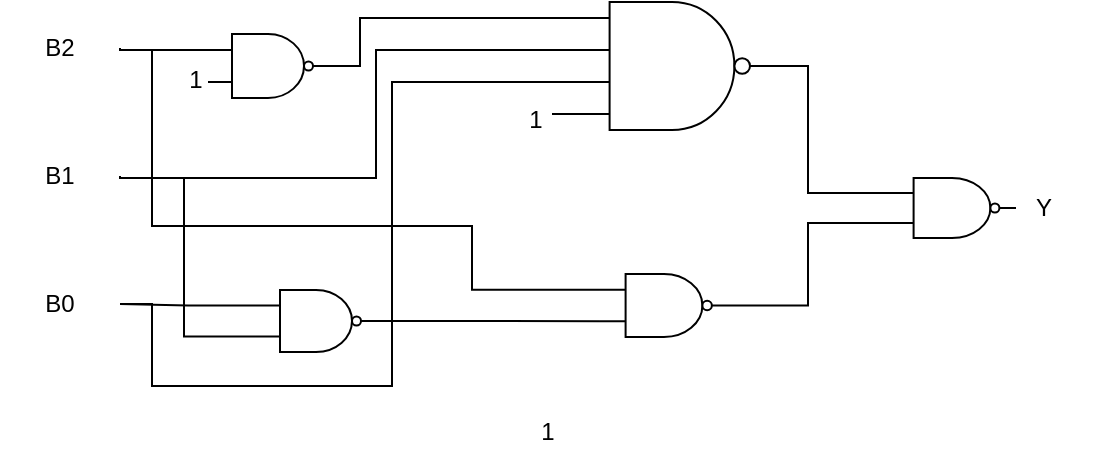
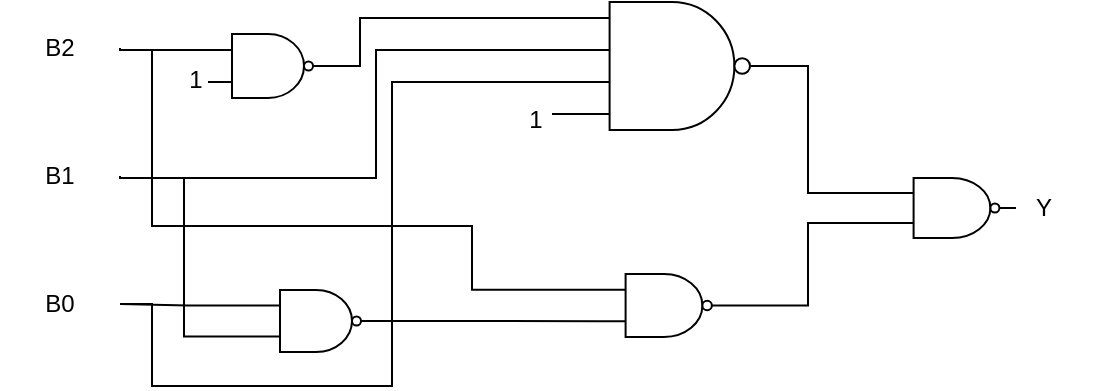
<mxfile host="app.diagrams.net" agent="Mozilla/5.0 (Windows NT 10.0; Win64; x64) AppleWebKit/537.36 (KHTML, like Gecko) Chrome/142.0.0.0 Safari/537.36 Edg/142.0.0.0">
  <diagram name="第 1 页" id="SSyZGLvfdHFejiNZ9gYk">
    <mxGraphModel dx="574" dy="286" grid="1" gridSize="8" guides="1" tooltips="1" connect="1" arrows="1" fold="1" page="1" pageScale="1" pageWidth="827" pageHeight="1169" math="0" shadow="0">
      <root>
        <mxCell id="0" />
        <mxCell id="1" parent="0" />
        <mxCell id="LB7VPcnsJI316lUqnGeF-21" edge="1" parent="1" source="LB7VPcnsJI316lUqnGeF-11" style="edgeStyle=orthogonalEdgeStyle;rounded=0;orthogonalLoop=1;jettySize=auto;html=1;exitX=1;exitY=0.5;exitDx=0;exitDy=0;exitPerimeter=0;endArrow=none;endFill=0;entryX=0;entryY=0.25;entryDx=0;entryDy=0;entryPerimeter=0;" target="c2Ew40Mm9-tZxKYdL6Gv-2">
          <mxGeometry relative="1" as="geometry">
            <Array as="points">
              <mxPoint x="408" y="112" />
              <mxPoint x="408" y="176" />
            </Array>
            <mxPoint x="456" y="112" as="targetPoint" />
          </mxGeometry>
        </mxCell>
        <mxCell id="LB7VPcnsJI316lUqnGeF-11" parent="1" style="verticalLabelPosition=bottom;shadow=0;dashed=0;align=center;html=1;verticalAlign=top;shape=mxgraph.electrical.logic_gates.logic_gate;operation=and;negating=1;negSize=0.15;numInputs=4;" value="" vertex="1">
          <mxGeometry height="64" width="104" x="288" y="80" as="geometry" />
        </mxCell>
        <mxCell id="LB7VPcnsJI316lUqnGeF-12" edge="1" parent="1" source="LB7VPcnsJI316lUqnGeF-11" style="endArrow=none;html=1;rounded=0;exitX=0;exitY=0.875;exitDx=0;exitDy=0;exitPerimeter=0;" value="">
          <mxGeometry height="50" relative="1" width="50" as="geometry">
            <mxPoint x="328" y="136" as="sourcePoint" />
            <mxPoint x="280" y="136" as="targetPoint" />
          </mxGeometry>
        </mxCell>
        <mxCell id="LB7VPcnsJI316lUqnGeF-13" edge="1" parent="1" source="LB7VPcnsJI316lUqnGeF-11" style="endArrow=none;html=1;rounded=0;exitX=0;exitY=0.625;exitDx=0;exitDy=0;exitPerimeter=0;" value="">
          <mxGeometry height="50" relative="1" width="50" as="geometry">
            <mxPoint x="330" y="120" as="sourcePoint" />
            <mxPoint x="280" y="120" as="targetPoint" />
          </mxGeometry>
        </mxCell>
        <mxCell id="LB7VPcnsJI316lUqnGeF-14" edge="1" parent="1" source="LB7VPcnsJI316lUqnGeF-11" style="endArrow=none;html=1;rounded=0;exitX=0;exitY=0.375;exitDx=0;exitDy=0;exitPerimeter=0;" value="">
          <mxGeometry height="50" relative="1" width="50" as="geometry">
            <mxPoint x="330" y="104" as="sourcePoint" />
            <mxPoint x="280" y="104" as="targetPoint" />
          </mxGeometry>
        </mxCell>
        <mxCell id="LB7VPcnsJI316lUqnGeF-15" edge="1" parent="1" source="LB7VPcnsJI316lUqnGeF-11" style="endArrow=none;html=1;rounded=0;exitX=0;exitY=0.125;exitDx=0;exitDy=0;exitPerimeter=0;" value="">
          <mxGeometry height="50" relative="1" width="50" as="geometry">
            <mxPoint x="328" y="88" as="sourcePoint" />
            <mxPoint x="280" y="88" as="targetPoint" />
          </mxGeometry>
        </mxCell>
        <mxCell id="LB7VPcnsJI316lUqnGeF-16" parent="1" style="text;html=1;whiteSpace=wrap;strokeColor=none;fillColor=none;align=center;verticalAlign=middle;rounded=0;" value="1" vertex="1">
          <mxGeometry height="22" width="32" x="256" y="128" as="geometry" />
        </mxCell>
        <mxCell id="LB7VPcnsJI316lUqnGeF-47" edge="1" parent="1" source="c2Ew40Mm9-tZxKYdL6Gv-9" style="edgeStyle=orthogonalEdgeStyle;rounded=0;orthogonalLoop=1;jettySize=auto;html=1;exitX=0;exitY=0.25;exitDx=0;exitDy=0;exitPerimeter=0;endArrow=none;endFill=0;">
          <mxGeometry relative="1" as="geometry">
            <Array as="points">
              <mxPoint x="240" y="223" />
              <mxPoint x="240" y="192" />
              <mxPoint x="80" y="192" />
            </Array>
            <mxPoint x="288" y="208" as="sourcePoint" />
            <mxPoint x="80" y="104" as="targetPoint" />
          </mxGeometry>
        </mxCell>
        <mxCell id="LB7VPcnsJI316lUqnGeF-25" edge="1" parent="1" source="c2Ew40Mm9-tZxKYdL6Gv-9" style="edgeStyle=orthogonalEdgeStyle;rounded=0;orthogonalLoop=1;jettySize=auto;html=1;exitX=1;exitY=0.5;exitDx=0;exitDy=0;exitPerimeter=0;entryX=0;entryY=0.75;entryDx=0;entryDy=0;entryPerimeter=0;endArrow=none;endFill=0;" target="c2Ew40Mm9-tZxKYdL6Gv-2">
          <mxGeometry relative="1" as="geometry">
            <mxPoint x="392" y="232" as="sourcePoint" />
            <mxPoint x="456" y="208" as="targetPoint" />
          </mxGeometry>
        </mxCell>
        <mxCell id="LB7VPcnsJI316lUqnGeF-27" parent="1" style="text;html=1;whiteSpace=wrap;strokeColor=none;fillColor=none;align=center;verticalAlign=middle;rounded=0;" value="B2" vertex="1">
          <mxGeometry height="30" width="60" x="4" y="88" as="geometry" />
        </mxCell>
        <mxCell id="LB7VPcnsJI316lUqnGeF-28" parent="1" style="text;html=1;whiteSpace=wrap;strokeColor=none;fillColor=none;align=center;verticalAlign=middle;rounded=0;" value="B1" vertex="1">
          <mxGeometry height="30" width="60" x="4" y="152" as="geometry" />
        </mxCell>
        <mxCell id="LB7VPcnsJI316lUqnGeF-29" parent="1" style="text;html=1;whiteSpace=wrap;strokeColor=none;fillColor=none;align=center;verticalAlign=middle;rounded=0;" value="B0" vertex="1">
          <mxGeometry height="30" width="60" x="4" y="216" as="geometry" />
        </mxCell>
        <mxCell id="LB7VPcnsJI316lUqnGeF-33" edge="1" parent="1" source="LB7VPcnsJI316lUqnGeF-30" style="edgeStyle=orthogonalEdgeStyle;rounded=0;orthogonalLoop=1;jettySize=auto;html=1;exitX=0;exitY=0.25;exitDx=0;exitDy=0;exitPerimeter=0;entryX=1;entryY=0.5;entryDx=0;entryDy=0;endArrow=none;endFill=0;" target="LB7VPcnsJI316lUqnGeF-27">
          <mxGeometry relative="1" as="geometry">
            <Array as="points">
              <mxPoint x="64" y="104" />
            </Array>
          </mxGeometry>
        </mxCell>
        <mxCell id="LB7VPcnsJI316lUqnGeF-42" edge="1" parent="1" source="LB7VPcnsJI316lUqnGeF-30" style="edgeStyle=orthogonalEdgeStyle;rounded=0;orthogonalLoop=1;jettySize=auto;html=1;exitX=1;exitY=0.5;exitDx=0;exitDy=0;exitPerimeter=0;endArrow=none;endFill=0;">
          <mxGeometry relative="1" as="geometry">
            <Array as="points">
              <mxPoint x="184" y="112" />
              <mxPoint x="184" y="88" />
            </Array>
            <mxPoint x="280" y="88" as="targetPoint" />
          </mxGeometry>
        </mxCell>
        <mxCell id="LB7VPcnsJI316lUqnGeF-30" parent="1" style="verticalLabelPosition=bottom;shadow=0;dashed=0;align=center;html=1;verticalAlign=top;shape=mxgraph.electrical.logic_gates.logic_gate;operation=and;negating=1;negSize=0.15;" value="" vertex="1">
          <mxGeometry height="32" width="60" x="108" y="96" as="geometry" />
        </mxCell>
        <mxCell id="LB7VPcnsJI316lUqnGeF-32" parent="1" style="verticalLabelPosition=bottom;shadow=0;dashed=0;align=center;html=1;verticalAlign=top;shape=mxgraph.electrical.logic_gates.logic_gate;operation=and;negating=1;negSize=0.15;" value="" vertex="1">
          <mxGeometry height="31" width="60" x="132" y="224" as="geometry" />
        </mxCell>
        <mxCell id="LB7VPcnsJI316lUqnGeF-39" edge="1" parent="1" source="LB7VPcnsJI316lUqnGeF-28" style="edgeStyle=orthogonalEdgeStyle;rounded=0;orthogonalLoop=1;jettySize=auto;html=1;exitX=1;exitY=0.5;exitDx=0;exitDy=0;endArrow=none;endFill=0;">
          <mxGeometry relative="1" as="geometry">
            <Array as="points">
              <mxPoint x="64" y="168" />
              <mxPoint x="192" y="168" />
              <mxPoint x="192" y="104" />
            </Array>
            <mxPoint x="72" y="192" as="sourcePoint" />
            <mxPoint x="280" y="104" as="targetPoint" />
          </mxGeometry>
        </mxCell>
        <mxCell id="LB7VPcnsJI316lUqnGeF-40" edge="1" parent="1" source="LB7VPcnsJI316lUqnGeF-29" style="edgeStyle=orthogonalEdgeStyle;rounded=0;orthogonalLoop=1;jettySize=auto;html=1;exitX=1;exitY=0.5;exitDx=0;exitDy=0;endArrow=none;endFill=0;">
          <mxGeometry relative="1" as="geometry">
            <Array as="points">
              <mxPoint x="80" y="231" />
              <mxPoint x="80" y="272" />
              <mxPoint x="200" y="272" />
              <mxPoint x="200" y="120" />
            </Array>
            <mxPoint x="64" y="232" as="sourcePoint" />
            <mxPoint x="280" y="120" as="targetPoint" />
          </mxGeometry>
        </mxCell>
        <mxCell id="LB7VPcnsJI316lUqnGeF-41" edge="1" parent="1" source="LB7VPcnsJI316lUqnGeF-32" style="edgeStyle=orthogonalEdgeStyle;rounded=0;orthogonalLoop=1;jettySize=auto;html=1;exitX=0;exitY=0.25;exitDx=0;exitDy=0;exitPerimeter=0;entryX=1;entryY=0.5;entryDx=0;entryDy=0;endArrow=none;endFill=0;" target="LB7VPcnsJI316lUqnGeF-29">
          <mxGeometry relative="1" as="geometry" />
        </mxCell>
        <mxCell id="LB7VPcnsJI316lUqnGeF-43" parent="1" style="text;html=1;whiteSpace=wrap;strokeColor=none;fillColor=none;align=center;verticalAlign=middle;rounded=0;" value="1" vertex="1">
          <mxGeometry height="30" width="60" x="72" y="104" as="geometry" />
        </mxCell>
        <mxCell id="c2Ew40Mm9-tZxKYdL6Gv-4" edge="1" parent="1" source="LB7VPcnsJI316lUqnGeF-32" style="edgeStyle=orthogonalEdgeStyle;rounded=0;orthogonalLoop=1;jettySize=auto;html=1;exitX=0;exitY=0.75;exitDx=0;exitDy=0;endArrow=none;endFill=0;exitPerimeter=0;entryX=1;entryY=0.5;entryDx=0;entryDy=0;" target="LB7VPcnsJI316lUqnGeF-28">
          <mxGeometry relative="1" as="geometry">
            <Array as="points">
              <mxPoint x="96" y="247" />
              <mxPoint x="96" y="168" />
              <mxPoint x="64" y="168" />
            </Array>
            <mxPoint x="108" y="247" as="sourcePoint" />
            <mxPoint x="88" y="168" as="targetPoint" />
          </mxGeometry>
        </mxCell>
        <mxCell id="LB7VPcnsJI316lUqnGeF-50" parent="1" style="text;html=1;whiteSpace=wrap;strokeColor=none;fillColor=none;align=center;verticalAlign=middle;rounded=0;" value="Y" vertex="1">
          <mxGeometry height="30" width="60" x="496" y="168" as="geometry" />
        </mxCell>
        <mxCell id="c2Ew40Mm9-tZxKYdL6Gv-2" parent="1" style="verticalLabelPosition=bottom;shadow=0;dashed=0;align=center;html=1;verticalAlign=top;shape=mxgraph.electrical.logic_gates.logic_gate;operation=and;negating=1;negSize=0.15;" value="" vertex="1">
          <mxGeometry height="30" width="64" x="448" y="168" as="geometry" />
        </mxCell>
-         <mxCell id="c2Ew40Mm9-tZxKYdL6Gv-3" parent="1" style="text;html=1;whiteSpace=wrap;strokeColor=none;fillColor=none;align=center;verticalAlign=middle;rounded=0;" value="1" vertex="1">
-           <mxGeometry height="30" width="60" x="248" y="280" as="geometry" />
-         </mxCell>
        <mxCell id="c2Ew40Mm9-tZxKYdL6Gv-8" edge="1" parent="1" source="LB7VPcnsJI316lUqnGeF-32" style="edgeStyle=orthogonalEdgeStyle;rounded=0;orthogonalLoop=1;jettySize=auto;html=1;exitX=1;exitY=0.5;exitDx=0;exitDy=0;exitPerimeter=0;endArrow=none;endFill=0;entryX=0;entryY=0.75;entryDx=0;entryDy=0;entryPerimeter=0;" target="c2Ew40Mm9-tZxKYdL6Gv-9">
          <mxGeometry relative="1" as="geometry">
            <mxPoint x="288" y="240" as="targetPoint" />
          </mxGeometry>
        </mxCell>
        <mxCell id="c2Ew40Mm9-tZxKYdL6Gv-9" parent="1" style="verticalLabelPosition=bottom;shadow=0;dashed=0;align=center;html=1;verticalAlign=top;shape=mxgraph.electrical.logic_gates.logic_gate;operation=and;negating=1;negSize=0.15;" value="" vertex="1">
          <mxGeometry height="31.5" width="64" x="304" y="216" as="geometry" />
        </mxCell>
      </root>
    </mxGraphModel>
  </diagram>
</mxfile>
